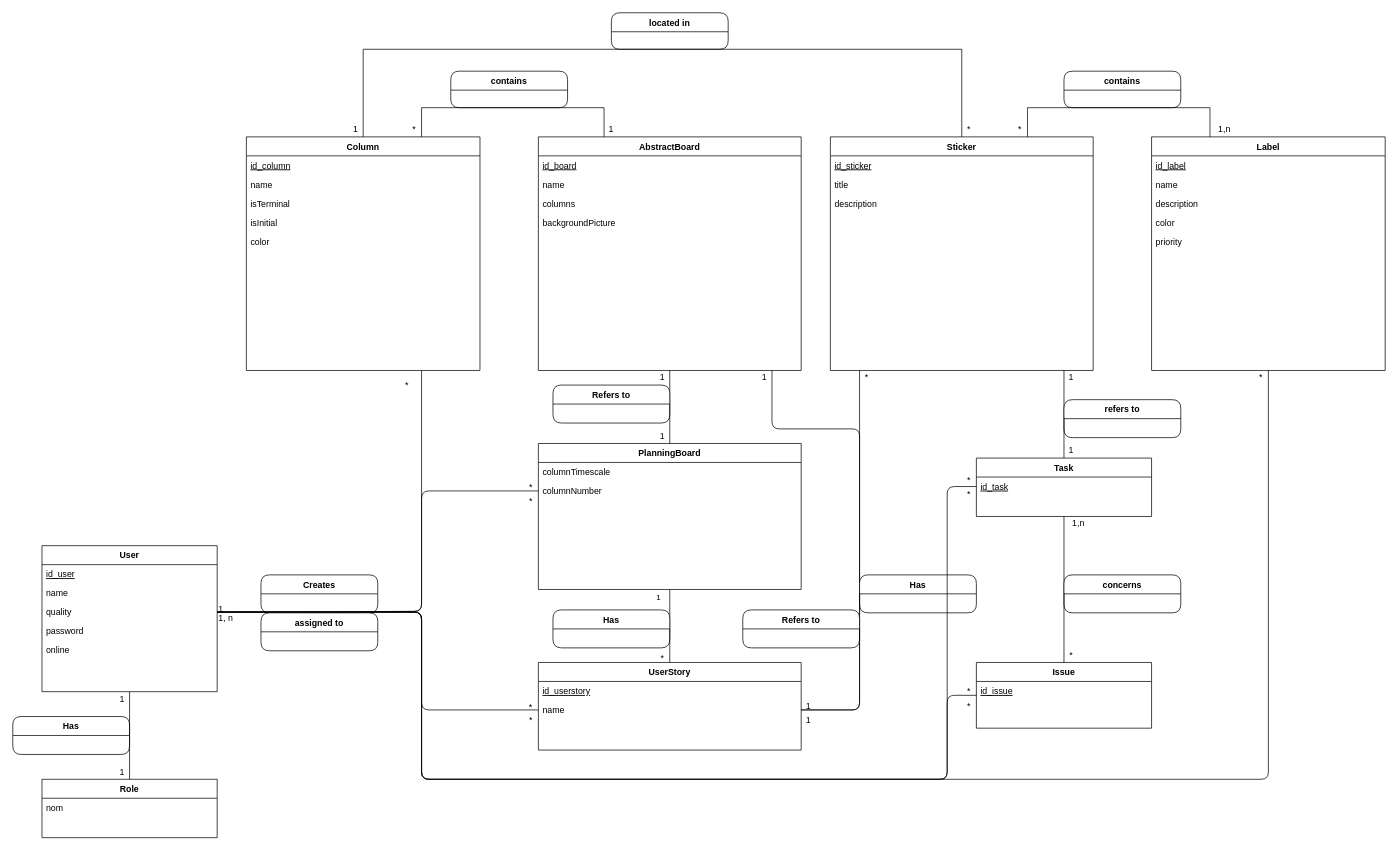
RedaPengam/Boardy keeps this draw.io diagram as Diagrams/Database Diagram.drawio. Above is the earlier version. Source tidied: cells renumbered, new cells numbered last; positions are measured from the earlier drawing's top-left corner, leaving out a move shared by most shapes. Both pictures are drawn from the tidied source at 73%, with x=0, y=0 at pixel (12, 12).
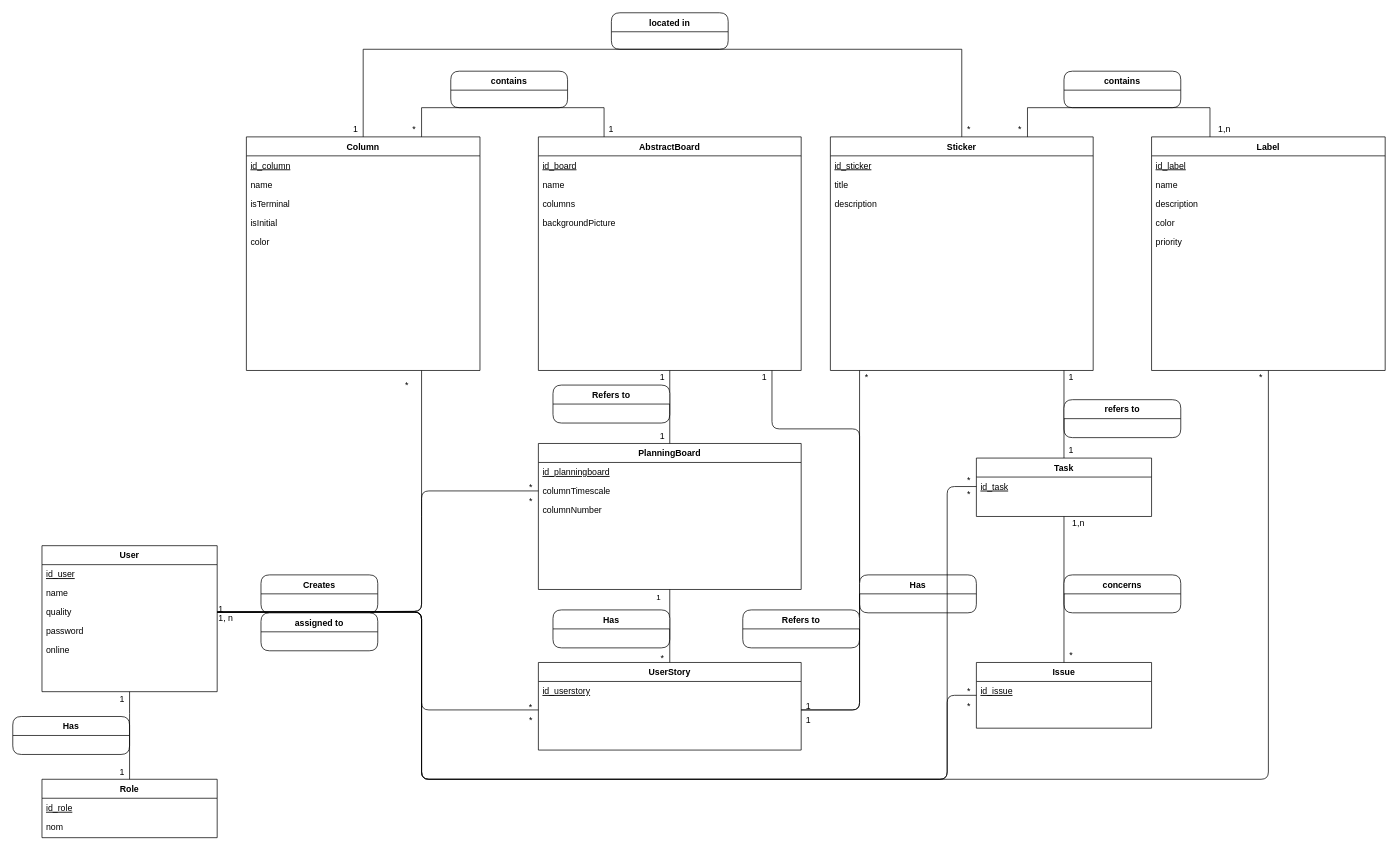
The same diagram, later.

Unchanged cells that the change refers to:
```xml
<mxCell id="5" value="quality" style="text;align=left;verticalAlign=top;spacingLeft=4;spacingRight=4;overflow=hidden;points=[[0,0.5],[1,0.5]];portConstraint=eastwest;rounded=0;shadow=0;html=0;" parent="2" vertex="1">
  <mxGeometry y="78" width="240" height="26" as="geometry" />
</mxCell>
<mxCell id="13" value="PlanningBoard" style="swimlane;fontStyle=1;align=center;verticalAlign=top;horizontal=1;startSize=26;rounded=0;shadow=0;strokeWidth=1;" parent="1" vertex="1">
  <mxGeometry x="720" y="590" width="360" height="200" as="geometry" />
</mxCell>
<mxCell id="16" value="UserStory" style="swimlane;fontStyle=1;align=center;verticalAlign=top;horizontal=1;startSize=26;rounded=0;shadow=0;strokeWidth=1;" parent="1" vertex="1">
  <mxGeometry x="720" y="890" width="360" height="120" as="geometry" />
</mxCell>
<mxCell id="33" value="Role" style="swimlane;fontStyle=1;align=center;verticalAlign=top;horizontal=1;startSize=26;rounded=0;shadow=0;strokeWidth=1;" parent="1" vertex="1">
  <mxGeometry x="40" y="1050" width="240" height="80" as="geometry" />
</mxCell>
```

Diff of the diagram source:
```diff
@@
+    <mxCell id="100" value="id_planningboard" style="text;align=left;verticalAlign=top;spacingLeft=4;spacingRight=4;overflow=hidden;rounded=0;shadow=0;html=0;fontStyle=4;" parent="13" vertex="1">
+      <mxGeometry y="26" width="360" height="26" as="geometry" />
+    </mxCell>
     <mxCell id="14" value="columnTimescale" style="text;align=left;verticalAlign=top;spacingLeft=4;spacingRight=4;overflow=hidden;points=[[0,0.5],[1,0.5]];portConstraint=eastwest;rounded=0;shadow=0;html=0;" parent="13" vertex="1">
-      <mxGeometry y="26" width="360" height="26" as="geometry" />
+      <mxGeometry y="52" width="360" height="26" as="geometry" />
     </mxCell>
     <mxCell id="15" value="columnNumber" style="text;align=left;verticalAlign=top;spacingLeft=4;spacingRight=4;overflow=hidden;points=[[0,0.5],[1,0.5]];portConstraint=eastwest;rounded=0;shadow=0;html=0;" parent="13" vertex="1">
-      <mxGeometry y="52" width="360" height="26" as="geometry" />
+      <mxGeometry y="78" width="360" height="26" as="geometry" />
     </mxCell>
@@
-    <mxCell id="18" value="name" style="text;align=left;verticalAlign=top;spacingLeft=4;spacingRight=4;overflow=hidden;points=[[0,0.5],[1,0.5]];portConstraint=eastwest;rounded=0;shadow=0;html=0;" parent="16" vertex="1">
-      <mxGeometry y="52" width="360" height="26" as="geometry" />
-    </mxCell>
@@
-    <mxCell id="30" style="endArrow=none;shadow=0;strokeWidth=1;endFill=0;edgeStyle=orthogonalEdgeStyle;elbow=vertical;entryX=0;entryY=0.5;entryDx=0;entryDy=0;exitX=1;exitY=0.5;exitDx=0;exitDy=0;" parent="1" edge="1" source="5" target="18">
+    <mxCell id="30" style="endArrow=none;shadow=0;strokeWidth=1;endFill=0;edgeStyle=orthogonalEdgeStyle;elbow=vertical;entryX=0;entryY=0.5;entryDx=0;entryDy=0;exitX=1;exitY=0.5;exitDx=0;exitDy=0;" parent="1" edge="1" source="5">
       <mxGeometry x="0.5" y="41" relative="1" as="geometry">
+        <mxPoint x="720" y="955" as="targetPoint" />
         <Array as="points">
           <mxPoint x="560" y="821" />
           <mxPoint x="560" y="955" />
         </Array>
         <mxPoint x="-40" y="32" as="offset" />
       </mxGeometry>
     </mxCell>
@@
+    <mxCell id="101" value="id_role" style="text;align=left;verticalAlign=top;spacingLeft=4;spacingRight=4;overflow=hidden;rounded=0;shadow=0;html=0;fontStyle=4;" parent="33" vertex="1">
+      <mxGeometry y="26" width="240" height="26" as="geometry" />
+    </mxCell>
     <mxCell id="34" value="nom" style="text;align=left;verticalAlign=top;spacingLeft=4;spacingRight=4;overflow=hidden;rounded=0;shadow=0;html=0;" parent="33" vertex="1">
-      <mxGeometry y="26" width="240" height="26" as="geometry" />
+      <mxGeometry y="52" width="240" height="26" as="geometry" />
     </mxCell>
@@
-    <mxCell id="48" value="&lt;div&gt;&lt;br&gt;&lt;/div&gt;" style="endArrow=none;endSize=16;endFill=0;html=1;exitX=1;exitY=0.5;exitDx=0;exitDy=0;" parent="1" edge="1" source="18">
+    <mxCell id="48" value="&lt;div&gt;&lt;br&gt;&lt;/div&gt;" style="endArrow=none;endSize=16;endFill=0;html=1;exitX=1;exitY=0.5;exitDx=0;exitDy=0;" parent="1" edge="1">
       <mxGeometry x="0.84" y="10" relative="1" as="geometry">
+        <mxPoint x="1080" y="955" as="sourcePoint" />
         <mxPoint x="1040" y="490" as="targetPoint" />
         <Array as="points">
           <mxPoint x="1160" y="955" />
           <mxPoint x="1160" y="570" />
           <mxPoint x="1040" y="570" />
         </Array>
       </mxGeometry>
     </mxCell>
-    <mxCell id="49" value="&lt;div&gt;&lt;br&gt;&lt;/div&gt;" style="endArrow=none;endSize=16;endFill=0;html=1;exitX=1;exitY=0.5;exitDx=0;exitDy=0;" parent="1" edge="1" source="18">
+    <mxCell id="49" value="&lt;div&gt;&lt;br&gt;&lt;/div&gt;" style="endArrow=none;endSize=16;endFill=0;html=1;exitX=1;exitY=0.5;exitDx=0;exitDy=0;" parent="1" edge="1">
       <mxGeometry x="0.15" y="20" relative="1" as="geometry">
+        <mxPoint x="1080" y="955" as="sourcePoint" />
         <mxPoint x="1160" y="490" as="targetPoint" />
         <Array as="points">
           <mxPoint x="1160" y="955" />
         </Array>
       </mxGeometry>
     </mxCell>
@@
-    <mxCell id="54" style="endArrow=none;html=1;entryX=0;entryY=0.5;entryDx=0;entryDy=0;exitX=1;exitY=0.5;exitDx=0;exitDy=0;" parent="1" edge="1" source="5" target="15">
+    <mxCell id="54" style="endArrow=none;html=1;exitX=1;exitY=0.5;exitDx=0;exitDy=0;entryX=0;entryY=0.5;entryDx=0;entryDy=0;" parent="1" edge="1" source="5" target="14">
       <mxGeometry relative="1" as="geometry">
         <Array as="points">
           <mxPoint x="560" y="820" />
           <mxPoint x="560" y="655" />
         </Array>
       </mxGeometry>
     </mxCell>
```
